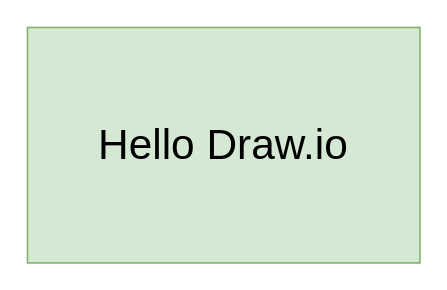
This is test01.drawio from DFcourier/drawio_files, a draw.io file, before an edit. Source tidied: cells renumbered, new cells numbered last; positions are measured from the earlier drawing's top-left corner, leaving out a move shared by most shapes. Both pictures are drawn from the tidied source at 157%, with x=0, y=0 at pixel (27, 27).
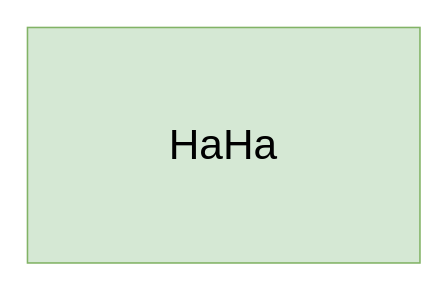
After the change.

What changed in the source:
```diff
@@
 <mxGraphModel>
   <root>
     <mxCell id="0" />
     <mxCell id="1" parent="0" />
-    <mxCell id="2" value="&lt;font style=&quot;font-size: 27px;&quot;&gt;Hello Draw.io&lt;/font&gt;" style="rounded=0;whiteSpace=wrap;html=1;fillColor=#d5e8d4;strokeColor=#82b366;" parent="1" vertex="1">
+    <mxCell id="2" value="&lt;span style=&quot;font-size: 27px;&quot;&gt;HaHa&lt;/span&gt;" style="rounded=0;whiteSpace=wrap;html=1;fillColor=#d5e8d4;strokeColor=#82b366;" parent="1" vertex="1">
       <mxGeometry width="250" height="150" as="geometry" />
     </mxCell>
   </root>
 </mxGraphModel>
```
